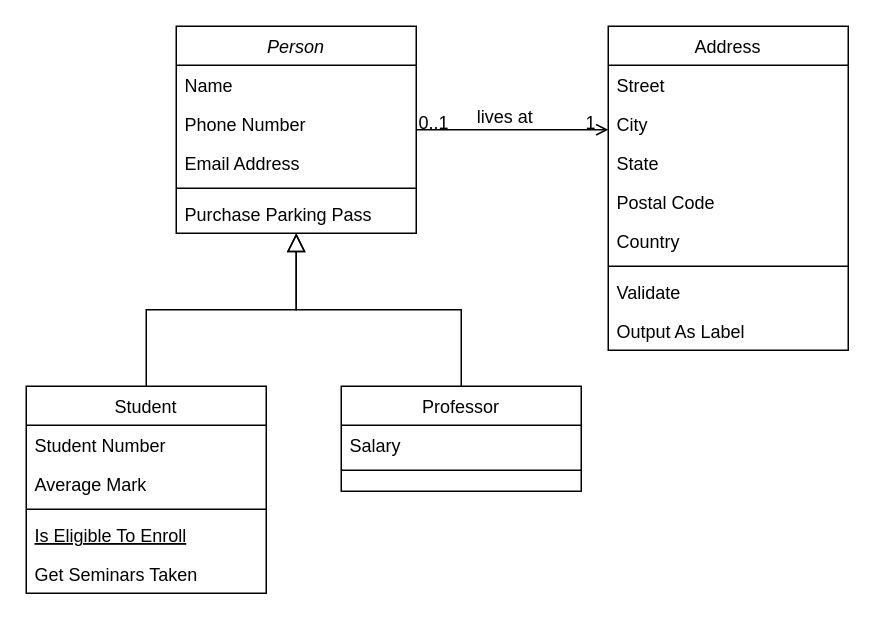
Before: Untitled Diagram.drawio in Hoffmann57/DataBrickTesting, a draw.io diagram. Source tidied: cells renumbered, new cells numbered last; positions are measured from the earlier drawing's top-left corner, leaving out a move shared by most shapes. Both pictures are drawn from the tidied source at 150%, with x=0, y=0 at pixel (26, 26).
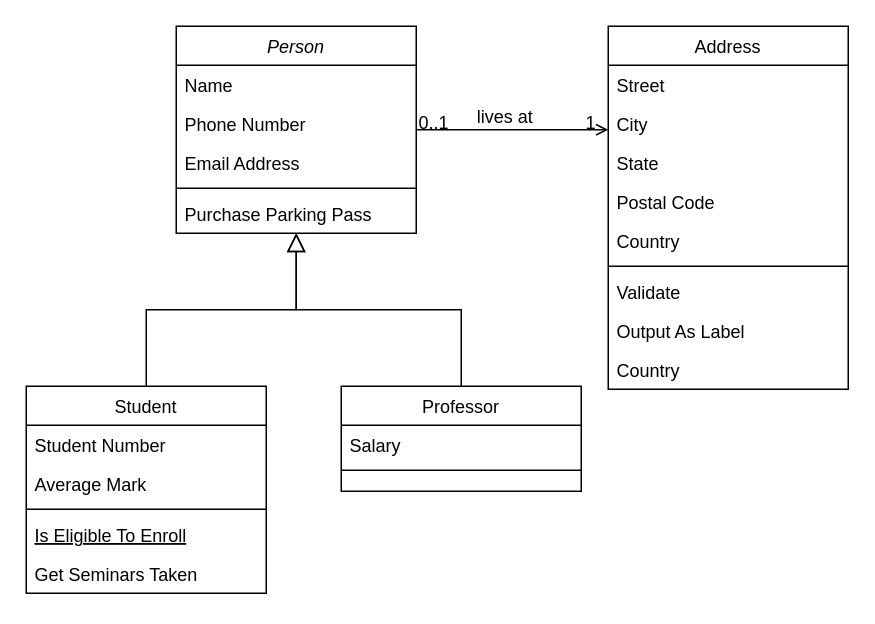
Above is the later version.

What changed in the source:
```diff
@@
     <mxCell id="19" value="Address" style="swimlane;fontStyle=0;align=center;verticalAlign=top;horizontal=1;startSize=26;rounded=0;shadow=0;strokeWidth=1;" parent="1" vertex="1">
-      <mxGeometry x="388" width="160" height="216" as="geometry" />
+      <mxGeometry x="388" width="160" height="242" as="geometry" />
     </mxCell>
@@
+    <mxCell id="32" value="Country" style="text;align=left;verticalAlign=top;spacingLeft=4;spacingRight=4;overflow=hidden;rounded=0;shadow=0;html=0;" parent="19" vertex="1">
+      <mxGeometry y="216" width="160" height="26" as="geometry" />
+    </mxCell>
```
